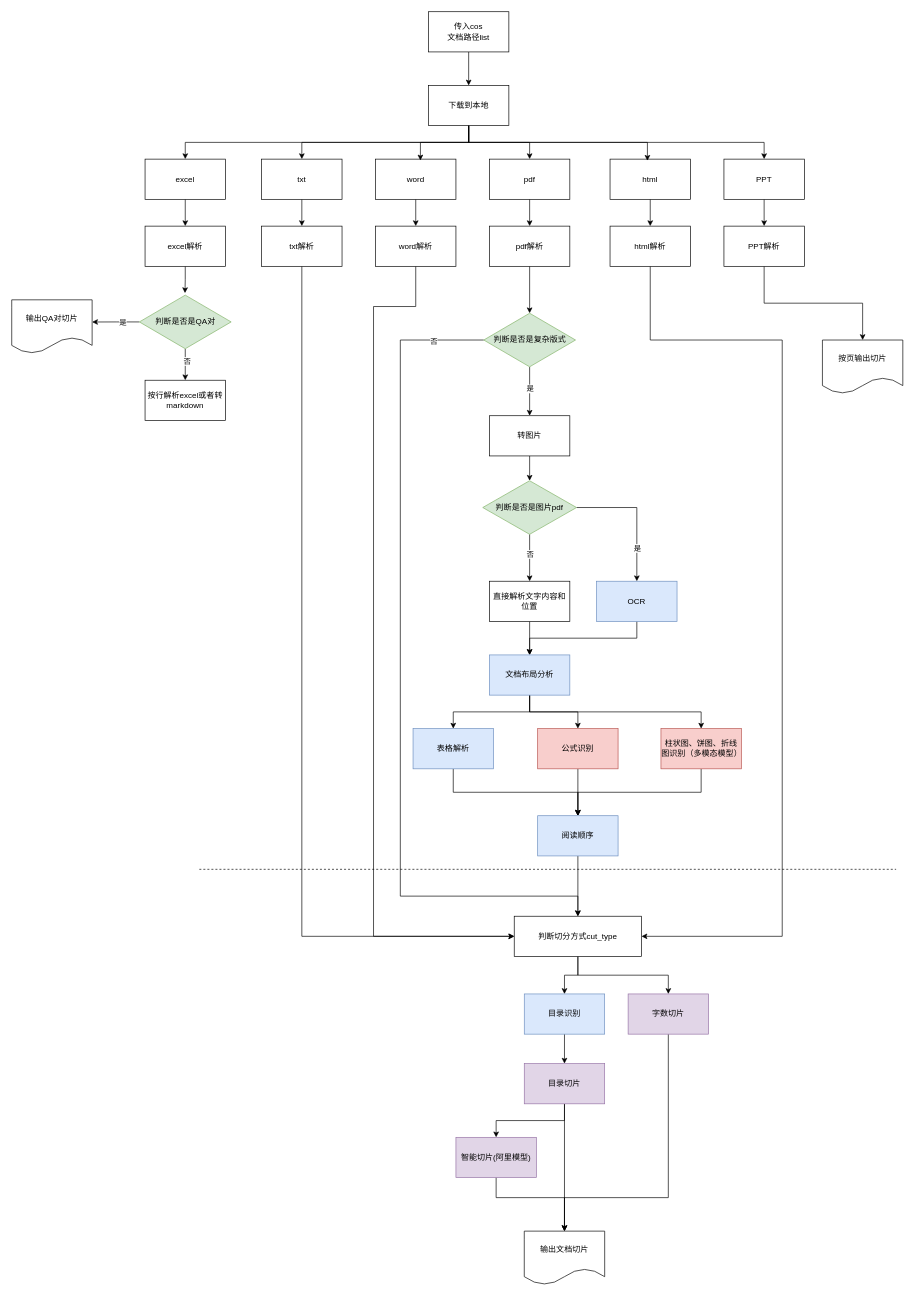
Above: Untitled Diagram.drawio in archwolf118/AI (draw.io), before the change. Source tidied: cells renumbered, new cells numbered last; positions are measured from the earlier drawing's top-left corner, leaving out a move shared by most shapes. Both pictures are drawn from the tidied source at 67%, with x=0, y=0 at pixel (11, 11).
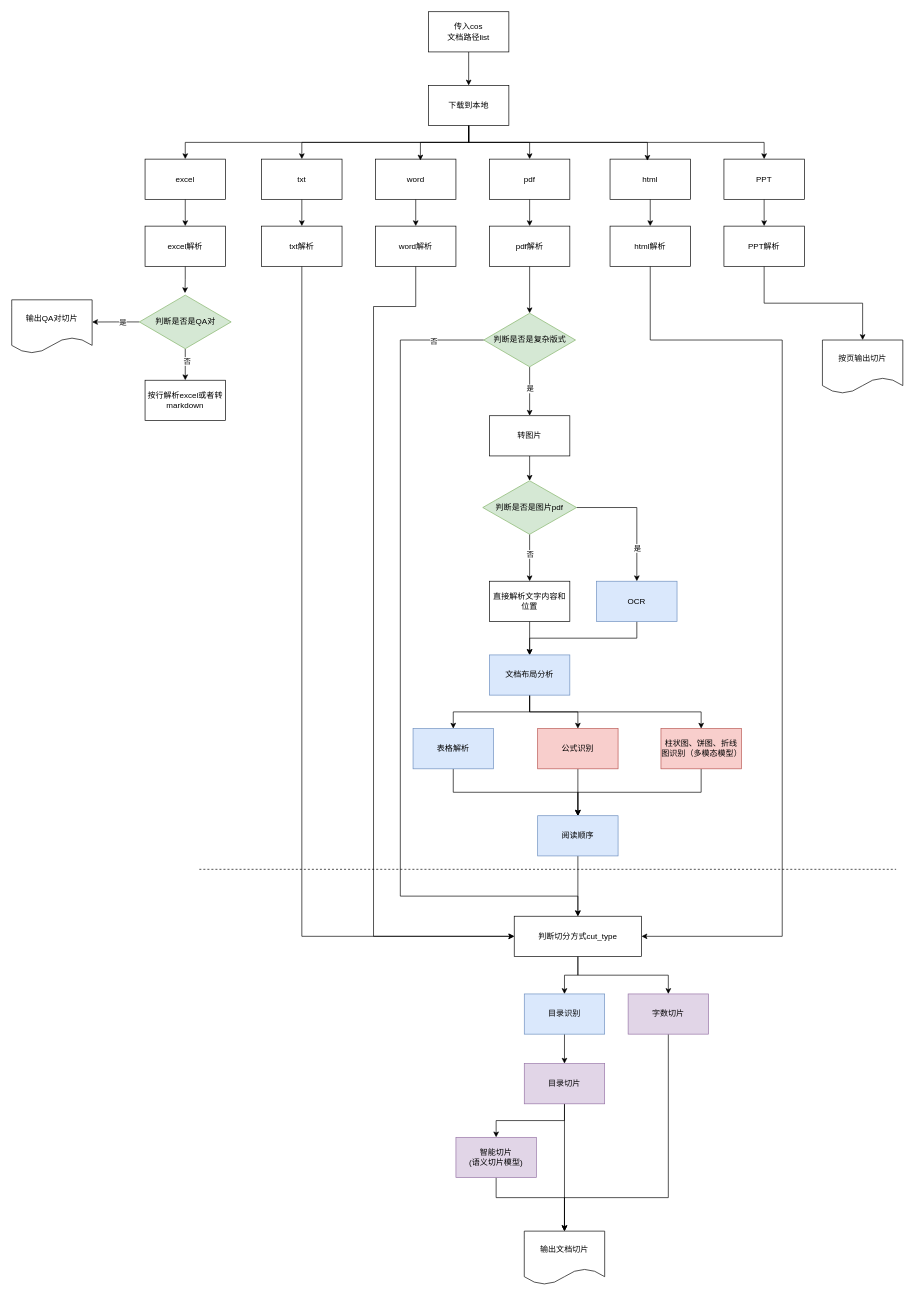
The same page after the edit.

Diff of the diagram source:
```diff
@@
-    <mxCell id="65" value="智能切片(阿里模型)" style="rounded=0;whiteSpace=wrap;html=1;fillColor=#e1d5e7;strokeColor=#9673a6;" parent="1" vertex="1">
+    <mxCell id="65" value="智能切片&lt;div&gt;(语义切片模型)&lt;/div&gt;" style="rounded=0;whiteSpace=wrap;html=1;fillColor=#e1d5e7;strokeColor=#9673a6;" parent="1" vertex="1">
       <mxGeometry x="663" y="1680" width="120" height="60" as="geometry" />
     </mxCell>
```
